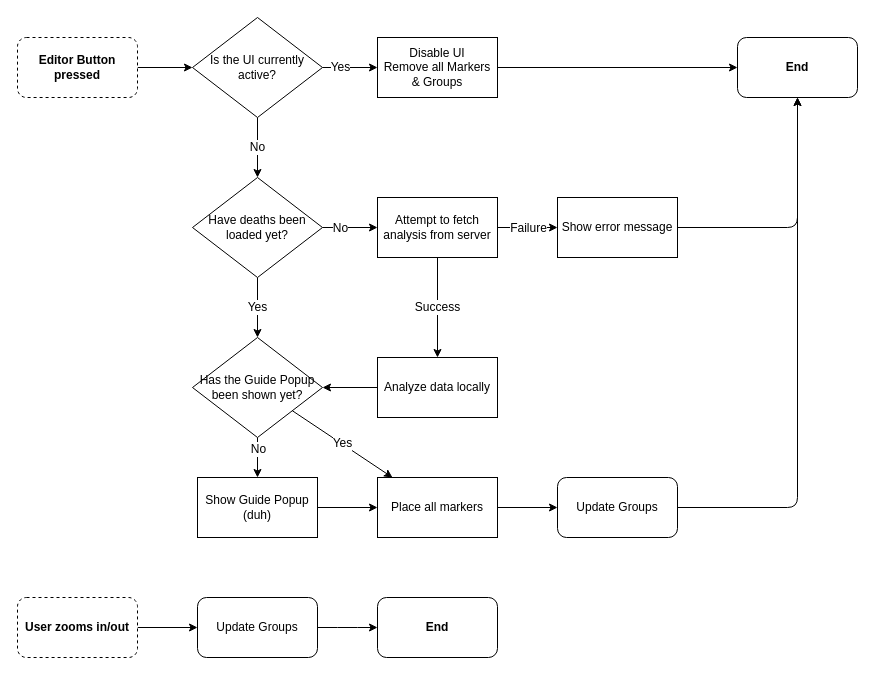
This is page "Editor View" (3 of 5) of docs/doc.dio from MaSp005/deathmarkers, a draw.io file, before an edit. Source tidied: cells renumbered, new cells numbered last; positions are measured from the earlier drawing's top-left corner, leaving out a move shared by most shapes. Both pictures are drawn from the tidied source at 100%, with x=0, y=0 at pixel (17, 17).
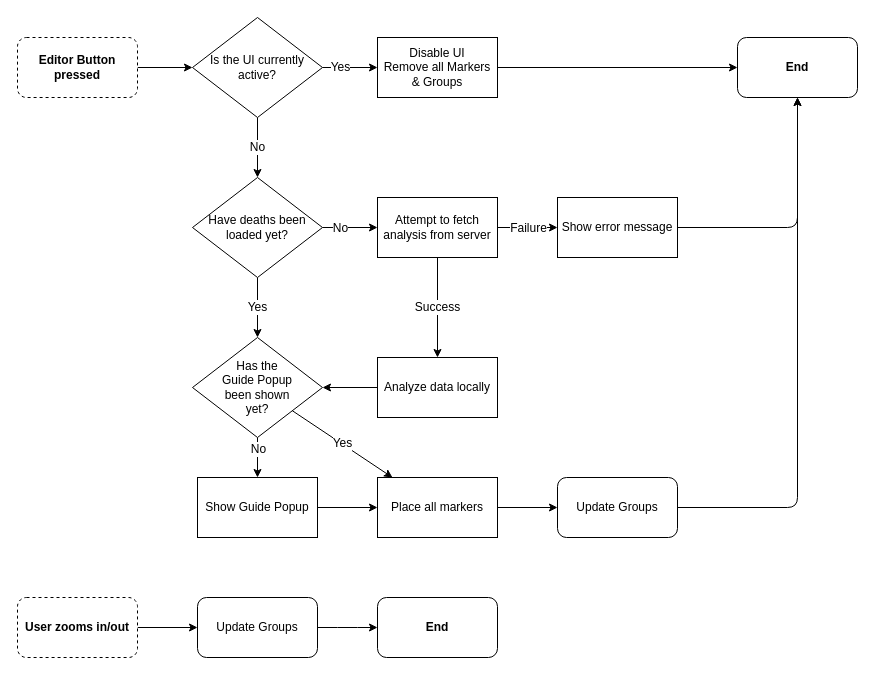
After the change.

The edit, as a diff of the source:
```diff
@@
-    <mxCell id="22" value="Has the Guide Popup been shown yet?" style="rhombus;whiteSpace=wrap;html=1;spacing=7;" parent="1" vertex="1">
+    <mxCell id="22" value="Has the Guide Popup been shown yet?" style="rhombus;whiteSpace=wrap;html=1;spacing=30;" parent="1" vertex="1">
       <mxGeometry x="175" y="320" width="130" height="100" as="geometry" />
     </mxCell>
@@
-    <mxCell id="24" value="Show Guide Popup&lt;br&gt;(duh)" style="rounded=0;whiteSpace=wrap;html=1;glass=0;shadow=0;" parent="1" vertex="1">
+    <mxCell id="24" value="Show Guide Popup" style="rounded=0;whiteSpace=wrap;html=1;glass=0;shadow=0;" parent="1" vertex="1">
       <mxGeometry x="180" y="460" width="120" height="60" as="geometry" />
     </mxCell>
```
